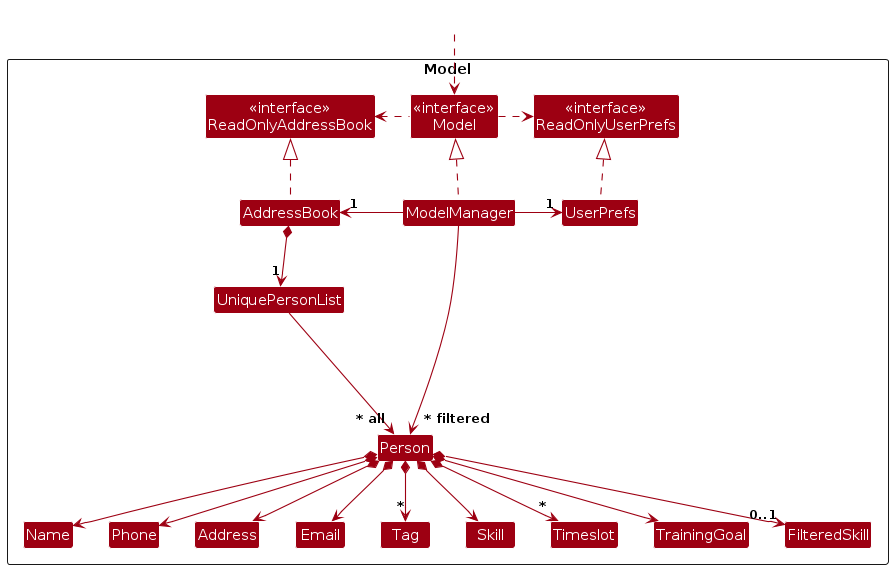
Earlier version of the PlantUML export diagrams/ModelClassDiagram.png (AY2526S2-CS2103-F11-3/tp). Its source is kept beside it as diagrams/ModelClassDiagram.puml.
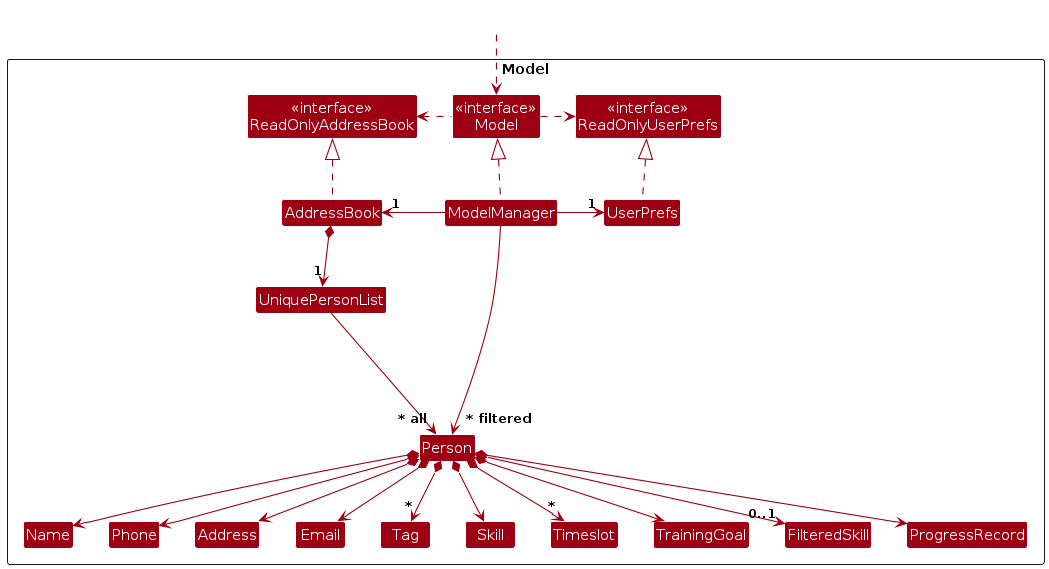
Above is the later version.

The edit, as a diff of the source:
```diff
@@ -23,6 +23,7 @@
 Class Timeslot
 Class TrainingGoal
 Class FilteredSkill
+Class ProgressRecord
 
 Class I #FFFFFF
 }
@@ -50,6 +51,7 @@
 Person *--> "*" Timeslot
 Person *--> TrainingGoal
 Person *--> "0..1" FilteredSkill
+Person *--> ProgressRecord
 
 Person -[hidden]up--> I
 UniquePersonList -[hidden]right-> I
```
